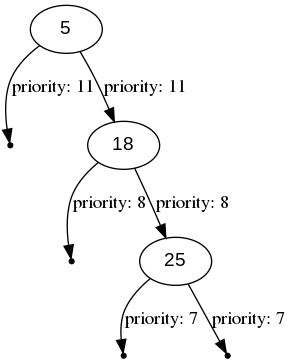
Above: visLib/out/png/dump2.png in NikitaEvs/trees (Graphviz), before the change. Its source is kept beside it as visLib/out/dot/dump2.dot. The source it was exported from:
```dot
digraph BinarySearchTree {
    node [fontname = "Arial"];
    null0[shape=point];
    5 -> null0 [label="priority: 11"];
    5 -> 18 [label="priority: 11"];
    null1[shape=point];
    18 -> null1 [label="priority: 8"];
    18 -> 25 [label="priority: 8"];
    null2[shape=point];
    25 -> null2 [label="priority: 7"];
    null3[shape=point];
    25 -> null3 [label="priority: 7"];
}
```
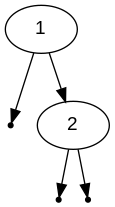
Above is the later version.

Diff of the diagram source:
```diff
@@ -1,13 +1,10 @@
 digraph BinarySearchTree {
     node [fontname = "Arial"];
     null0[shape=point];
-    5 -> null0 [label="priority: 11"];
-    5 -> 18 [label="priority: 11"];
+    1 -> null0;
+    1 -> 2;
     null1[shape=point];
-    18 -> null1 [label="priority: 8"];
-    18 -> 25 [label="priority: 8"];
+    2 -> null1;
     null2[shape=point];
-    25 -> null2 [label="priority: 7"];
-    null3[shape=point];
-    25 -> null3 [label="priority: 7"];
+    2 -> null2;
 }
```
